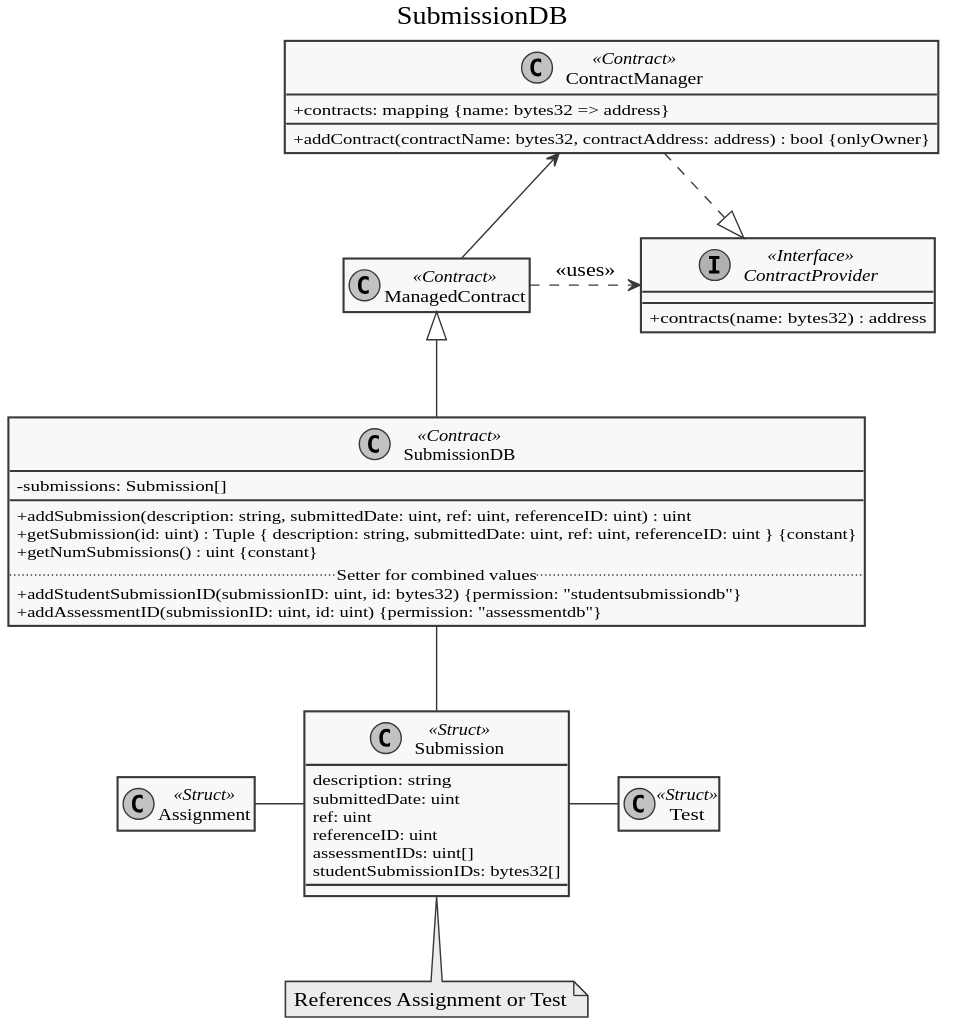
Earlier version of the PlantUML export doc/diagrams/export/contracts/submissiondb.svg (dev-tee/blockpass). Source of this version:
```plantuml
@startuml


skinparam monochrome true
skinparam shadowing false
skinparam classAttributeIconSize 0
skinparam defaultFontName "Source Sans Pro Semibold"








title Owned

class Owned << Contract >> {
  +owner: address
  __
  +Owned()
  .. Modifier ..
  #onlyOwner()
}



title ContractProvider

interface ContractProvider << Interface >> {
  +contracts(name: bytes32) : address
}


title ContractManager

class ContractManager << Contract >> {
  +contracts: mapping {name: bytes32 => address}
  +addContract(contractName: bytes32, contractAddress: address) : bool {onlyOwner}
}

ContractManager -up-|> Owned

ContractManager .down.|> ContractProvider


title ManagedContract

class ManagedContract << Contract >> {
  #MAN: address
  __
  +setContractManagerAddress(contractManagerAddress: address) : bool
  .. Modifier ..
  #permission(permittedSender: bytes32)
}

ManagedContract .right.> ContractProvider : << uses >>
ManagedContract -up-> ContractManager

hide Owned






title CourseDB

class Course << Struct >> {
  description: string
  ectsPoints: uint
  name: bytes32
  assignmentIDs: uint[]
  testIDs: uint[]
  courseParticipationIDs: bytes32[]
  courseSupervisionIDs: bytes32[]
}

class CourseDB << Contract >> {
  -courses: Course[]
  __
  +addCourse(description: string, name: bytes32, ectsPoints: uint) : uint
  +getCourse(id: uint) : Tuple { description: string, name: bytes32, ectsPoints: uint } {constant}
  +getNumCourses() : uint {constant}
  .. Setter for combined values ..
  +addCourseParticipationID(courseID: uint, id: bytes32) {permission: "courseparticipationdb" }
  +addCourseSupervisionID(courseID: uint, id: bytes32) {permission: "coursesupervisiondb"}
  +addAssignmentID(courseID: uint, id: uint) {permission: "assignmentdb"}
  +addTestID(courseID: uint, id: uint) {permission: "testdb"}
}

CourseDB -up-|> ManagedContract
CourseDB -down- Course

hide ManagedContract members


title TestDB

class Test << Struct >> {
  description: string
  maxPoints: uint
  dueDate: uint
  courseID: uint
  submissionIDs: uint[]
  testParticipationIDs: bytes32[]
  testSupervisionIDs: bytes32[]
}

class TestDB << Contract >> {
  -tests: Test[]
  __
  +addTest(description: string, maxPoints: uint, dueDate: uint, courseID: uint) : uint
  +getTest(id: uint) : Tuple { description: string, maxPoints: uint, dueDate: uint, courseID: uint } {constant}
  +getNumTests() : uint {constant}
  .. Setter for combined values ..
  +addTestParticipationID(testID: uint, id: bytes32) {permission: "testparticipationdb"}
  +addTestSupervisionID(testID: uint, id: bytes32) {permission: "testsupervisiondb"}
  +addSubmissionID(testID: uint, id: uint) {permission: "submissiondb"}
}

TestDB -up-|> ManagedContract
TestDB -down- Test
Test -left- Course

hide ManagedContract members
hide CourseDB
hide Course members




title AssignmentDB

class Assignment << Struct >> {
  description: string
  maxPoints: uint
  dueDate: uint
  courseID: uint
  submissionIDs: uint[]
}

class AssignmentDB << Contract >> {
  -assignments: Assignment[]
  __
  +addAssignment(description: string, maxPoints: uint, dueDate: uint, courseID: uint) : uint
  +getAssignment(id: uint) : Tuple { description: string, maxPoints: uint, dueDate: uint, courseID: uint } {constant}
  +getNumAssignments() : uint {constant}
  .. Setter for combined values ..
  +addSubmissionID(assignmentID: uint, id: uint) {permission: "submissiondb"}
}


AssignmentDB -up-|> ManagedContract
AssignmentDB -down- Assignment
Assignment -left- Course

hide ManagedContract members
hide CourseDB
hide Course members


title SubmissionDB

class Submission << Struct >> {
  description: string
  submittedDate: uint
  ref: uint
  referenceID: uint
  assessmentIDs: uint[]
  studentSubmissionIDs: bytes32[]
}
note "References Assignment or Test" as ReferenceNote
Submission .down. ReferenceNote

class SubmissionDB << Contract >> {
  -submissions: Submission[]
  __
  +addSubmission(description: string, submittedDate: uint, ref: uint, referenceID: uint) : uint
  +getSubmission(id: uint) : Tuple { description: string, submittedDate: uint, ref: uint, referenceID: uint } {constant}
  +getNumSubmissions() : uint {constant}
  .. Setter for combined values ..
  +addStudentSubmissionID(submissionID: uint, id: bytes32) {permission: "studentsubmissiondb"}
  +addAssessmentID(submissionID: uint, id: uint) {permission: "assessmentdb"}
}


SubmissionDB -up-|> ManagedContract
SubmissionDB -down- Submission
Submission -left- Assignment
Submission -right- Test

hide ManagedContract members
hide AssignmentDB
hide Assignment members
hide TestDB
hide Test members
hide CourseDB
hide Course

@enduml
```
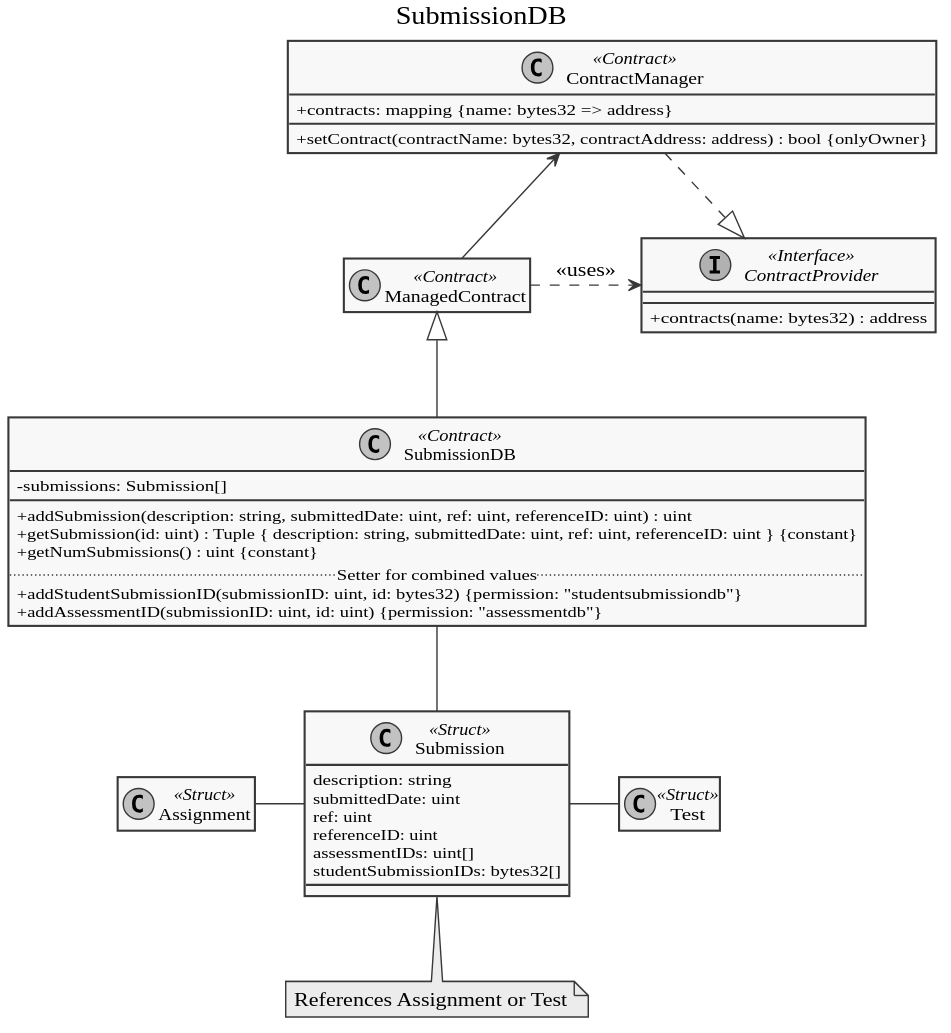
After the change.

Diff of the diagram source:
```diff
@@ -36,7 +36,7 @@
 
 class ContractManager << Contract >> {
   +contracts: mapping {name: bytes32 => address}
-  +addContract(contractName: bytes32, contractAddress: address) : bool {onlyOwner}
+  +setContract(contractName: bytes32, contractAddress: address) : bool {onlyOwner}
 }
 
 ContractManager -up-|> Owned
@@ -68,8 +68,8 @@
 
 class Course << Struct >> {
   description: string
+  name: string
   ectsPoints: uint
-  name: bytes32
   assignmentIDs: uint[]
   testIDs: uint[]
   courseParticipationIDs: bytes32[]
@@ -79,8 +79,8 @@
 class CourseDB << Contract >> {
   -courses: Course[]
   __
-  +addCourse(description: string, name: bytes32, ectsPoints: uint) : uint
-  +getCourse(id: uint) : Tuple { description: string, name: bytes32, ectsPoints: uint } {constant}
+  +addCourse(description: string, name: string, ectsPoints: uint) : uint
+  +getCourse(id: uint) : Tuple { description: string, name: string, ectsPoints: uint } {constant}
   +getNumCourses() : uint {constant}
   .. Setter for combined values ..
   +addCourseParticipationID(courseID: uint, id: bytes32) {permission: "courseparticipationdb" }
@@ -99,6 +99,7 @@
 
 class Test << Struct >> {
   description: string
+  name: string
   maxPoints: uint
   dueDate: uint
   courseID: uint
@@ -110,8 +111,8 @@
 class TestDB << Contract >> {
   -tests: Test[]
   __
-  +addTest(description: string, maxPoints: uint, dueDate: uint, courseID: uint) : uint
-  +getTest(id: uint) : Tuple { description: string, maxPoints: uint, dueDate: uint, courseID: uint } {constant}
+  +addTest(description: string, name: string, maxPoints: uint, dueDate: uint, courseID: uint) : uint
+  +getTest(id: uint) : Tuple { description: string, name: string, maxPoints: uint, dueDate: uint, courseID: uint } {constant}
   +getNumTests() : uint {constant}
   .. Setter for combined values ..
   +addTestParticipationID(testID: uint, id: bytes32) {permission: "testparticipationdb"}
@@ -134,6 +135,7 @@
 
 class Assignment << Struct >> {
   description: string
+  name: string
   maxPoints: uint
   dueDate: uint
   courseID: uint
@@ -143,8 +145,8 @@
 class AssignmentDB << Contract >> {
   -assignments: Assignment[]
   __
-  +addAssignment(description: string, maxPoints: uint, dueDate: uint, courseID: uint) : uint
-  +getAssignment(id: uint) : Tuple { description: string, maxPoints: uint, dueDate: uint, courseID: uint } {constant}
+  +addAssignment(description: string, name: string, maxPoints: uint, dueDate: uint, courseID: uint) : uint
+  +getAssignment(id: uint) : Tuple { description: string, name: string, maxPoints: uint, dueDate: uint, courseID: uint } {constant}
   +getNumAssignments() : uint {constant}
   .. Setter for combined values ..
   +addSubmissionID(assignmentID: uint, id: uint) {permission: "submissiondb"}
```
